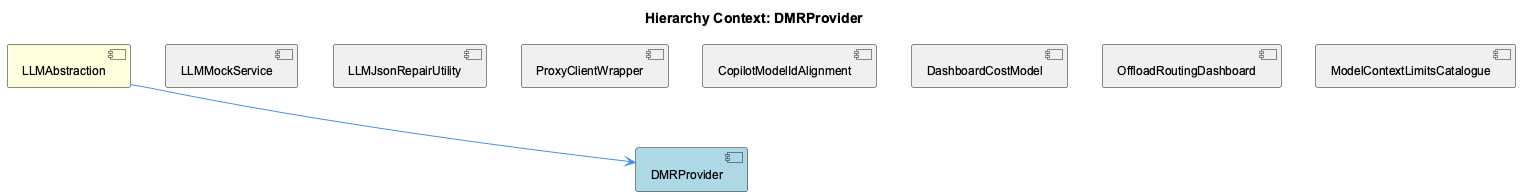
Above: knowledge-management/insights/images/dmrprovider-relationship.png in fwornle/coding (PlantUML), before the change.
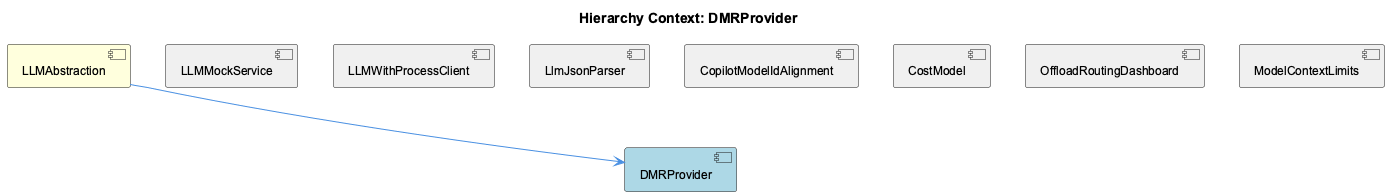
Later version of the same file.

The edit, as a diff of the source:
```diff
@@ -6,20 +6,20 @@
 [LLMAbstraction] as llmabstraction #FFFFDD
 [DMRProvider] as dmrprovider #LightBlue
 [LLMMockService] as llmmock_service #F0F0F0
-[LLMJsonRepairUtility] as llmjson_repair_utility #F0F0F0
-[ProxyClientWrapper] as proxy_client_wrapper #F0F0F0
+[LLMWithProcessClient] as llmwith_process_client #F0F0F0
+[LlmJsonParser] as llm_json_parser #F0F0F0
 [CopilotModelIdAlignment] as copilot_model_id_alignment #F0F0F0
-[DashboardCostModel] as dashboard_cost_model #F0F0F0
+[CostModel] as cost_model #F0F0F0
 [OffloadRoutingDashboard] as offload_routing_dashboard #F0F0F0
-[ModelContextLimitsCatalogue] as model_context_limits_catalogue #F0F0F0
+[ModelContextLimits] as model_context_limits #F0F0F0
 
 llmabstraction --> dmrprovider
 llmmock_service -[hidden]- dmrprovider
-llmjson_repair_utility -[hidden]- dmrprovider
-proxy_client_wrapper -[hidden]- dmrprovider
+llmwith_process_client -[hidden]- dmrprovider
+llm_json_parser -[hidden]- dmrprovider
 copilot_model_id_alignment -[hidden]- dmrprovider
-dashboard_cost_model -[hidden]- dmrprovider
+cost_model -[hidden]- dmrprovider
 offload_routing_dashboard -[hidden]- dmrprovider
-model_context_limits_catalogue -[hidden]- dmrprovider
+model_context_limits -[hidden]- dmrprovider
 
 @enduml
```
